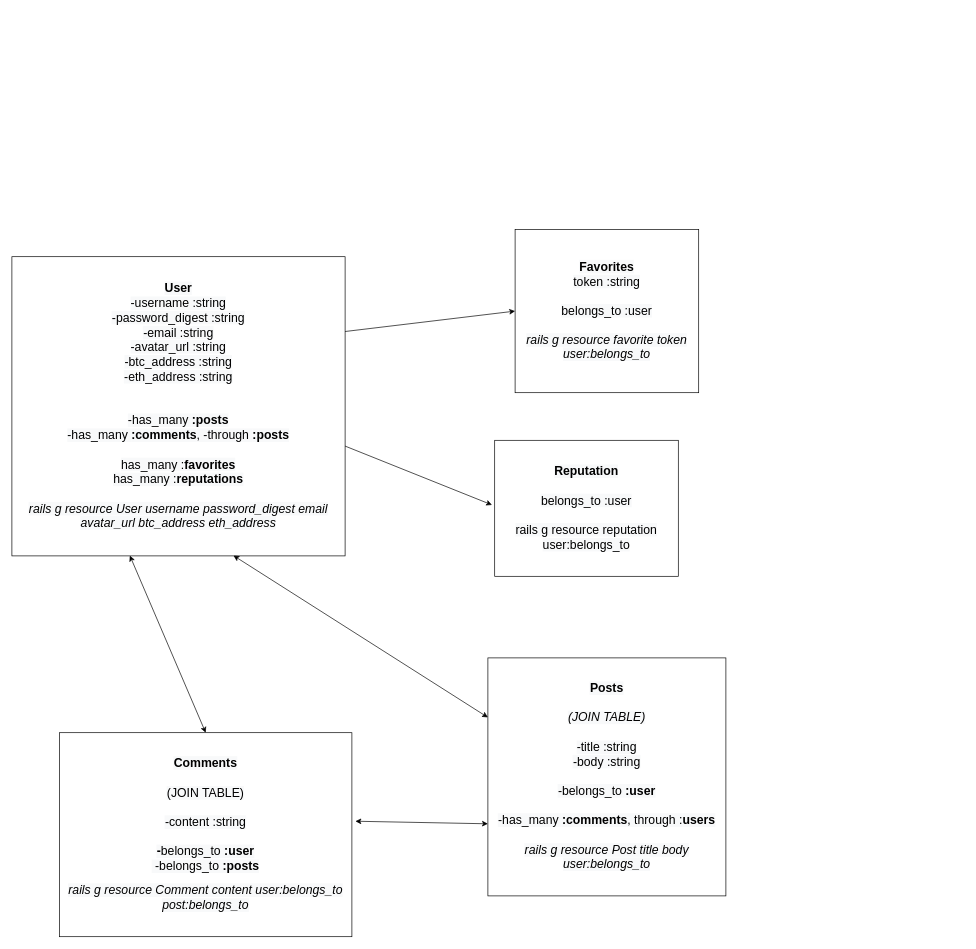
Before: page "Backend - associations" (1 of 2) of association-diagram.drawio in mikestarrdev/Crypto-Portal, a draw.io diagram. Source tidied: cells renumbered, new cells numbered last; positions are measured from the earlier drawing's top-left corner, leaving out a move shared by most shapes. Both pictures are drawn from the tidied source at 68%, with x=0, y=0 at pixel (12, 229).
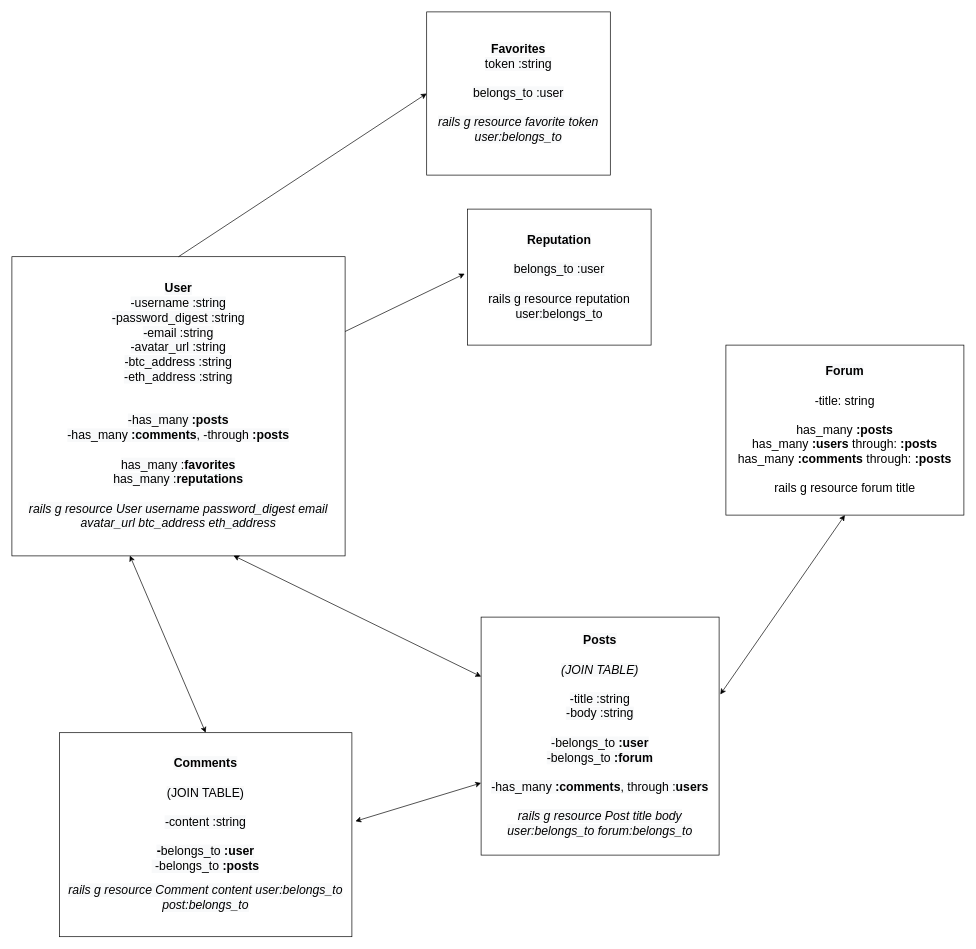
The same page after the edit.

Change to the diagram source:
```diff
@@
 <mxGraphModel>
   <root>
     <mxCell id="0" />
     <mxCell id="1" parent="0" />
     <mxCell id="2" value="&lt;font style=&quot;font-size: 18px&quot;&gt;&lt;b style=&quot;color: rgb(0 , 0 , 0) ; background-color: rgb(248 , 249 , 250)&quot;&gt;User&lt;/b&gt;&lt;br style=&quot;color: rgb(0 , 0 , 0) ; background-color: rgb(248 , 249 , 250)&quot;&gt;&lt;span style=&quot;color: rgb(0 , 0 , 0) ; background-color: rgb(248 , 249 , 250)&quot;&gt;-username :string&lt;/span&gt;&lt;br style=&quot;color: rgb(0 , 0 , 0) ; background-color: rgb(248 , 249 , 250)&quot;&gt;&lt;span style=&quot;color: rgb(0 , 0 , 0) ; background-color: rgb(248 , 249 , 250)&quot;&gt;-password_digest :string&lt;/span&gt;&lt;br style=&quot;color: rgb(0 , 0 , 0) ; background-color: rgb(248 , 249 , 250)&quot;&gt;&lt;span style=&quot;color: rgb(0 , 0 , 0) ; background-color: rgb(248 , 249 , 250)&quot;&gt;-email :string&lt;/span&gt;&lt;br style=&quot;color: rgb(0 , 0 , 0) ; background-color: rgb(248 , 249 , 250)&quot;&gt;&lt;span style=&quot;color: rgb(0 , 0 , 0) ; background-color: rgb(248 , 249 , 250)&quot;&gt;-avatar_url :string&lt;/span&gt;&lt;br style=&quot;color: rgb(0 , 0 , 0) ; background-color: rgb(248 , 249 , 250)&quot;&gt;&lt;span style=&quot;color: rgb(0 , 0 , 0) ; background-color: rgb(248 , 249 , 250)&quot;&gt;-btc_address :string&lt;/span&gt;&lt;br style=&quot;color: rgb(0 , 0 , 0) ; background-color: rgb(248 , 249 , 250)&quot;&gt;&lt;span style=&quot;color: rgb(0 , 0 , 0) ; background-color: rgb(248 , 249 , 250)&quot;&gt;-eth_address :string&lt;/span&gt;&lt;br style=&quot;color: rgb(0 , 0 , 0) ; background-color: rgb(248 , 249 , 250)&quot;&gt;&lt;br style=&quot;color: rgb(0 , 0 , 0) ; background-color: rgb(248 , 249 , 250)&quot;&gt;&lt;br style=&quot;color: rgb(0 , 0 , 0) ; background-color: rgb(248 , 249 , 250)&quot;&gt;&lt;span style=&quot;color: rgb(0 , 0 , 0) ; background-color: rgb(248 , 249 , 250)&quot;&gt;-has_many&amp;nbsp;&lt;/span&gt;&lt;b style=&quot;color: rgb(0 , 0 , 0) ; background-color: rgb(248 , 249 , 250)&quot;&gt;:posts&lt;/b&gt;&lt;br style=&quot;color: rgb(0 , 0 , 0) ; background-color: rgb(248 , 249 , 250)&quot;&gt;&lt;span style=&quot;color: rgb(0 , 0 , 0) ; background-color: rgb(248 , 249 , 250)&quot;&gt;-has_many&amp;nbsp;&lt;/span&gt;&lt;b style=&quot;color: rgb(0 , 0 , 0) ; background-color: rgb(248 , 249 , 250)&quot;&gt;:comments&lt;/b&gt;&lt;span style=&quot;color: rgb(0 , 0 , 0) ; background-color: rgb(248 , 249 , 250)&quot;&gt;, -through&amp;nbsp;&lt;/span&gt;&lt;b style=&quot;color: rgb(0 , 0 , 0) ; background-color: rgb(248 , 249 , 250)&quot;&gt;:posts&lt;/b&gt;&lt;br style=&quot;color: rgb(0 , 0 , 0) ; background-color: rgb(248 , 249 , 250)&quot;&gt;&lt;br style=&quot;color: rgb(0 , 0 , 0) ; background-color: rgb(248 , 249 , 250)&quot;&gt;&lt;span style=&quot;color: rgb(0 , 0 , 0) ; background-color: rgb(248 , 249 , 250)&quot;&gt;has_many :&lt;/span&gt;&lt;b style=&quot;color: rgb(0 , 0 , 0) ; background-color: rgb(248 , 249 , 250)&quot;&gt;favorites&lt;br&gt;&lt;/b&gt;&lt;span style=&quot;color: rgb(0 , 0 , 0) ; background-color: rgb(248 , 249 , 250)&quot;&gt;has_many :&lt;/span&gt;&lt;b style=&quot;color: rgb(0 , 0 , 0) ; background-color: rgb(248 , 249 , 250)&quot;&gt;reputations&lt;/b&gt;&lt;br style=&quot;color: rgb(0 , 0 , 0) ; background-color: rgb(248 , 249 , 250)&quot;&gt;&lt;br style=&quot;color: rgb(0 , 0 , 0) ; background-color: rgb(248 , 249 , 250)&quot;&gt;&lt;i style=&quot;color: rgb(0 , 0 , 0) ; background-color: rgb(248 , 249 , 250)&quot;&gt;rails g resource User username password_digest email avatar_url btc_address eth_address&lt;/i&gt;&lt;br&gt;&lt;/font&gt;" style="rounded=0;whiteSpace=wrap;html=1;" parent="1" vertex="1">
       <mxGeometry y="40" width="490" height="440" as="geometry" />
     </mxCell>
-    <mxCell id="3" value="&lt;font style=&quot;font-size: 18px&quot;&gt;&lt;b style=&quot;color: rgb(0 , 0 , 0) ; background-color: rgb(248 , 249 , 250)&quot;&gt;Posts&lt;br&gt;&lt;/b&gt;&lt;br style=&quot;color: rgb(0 , 0 , 0) ; background-color: rgb(248 , 249 , 250)&quot;&gt;&lt;i style=&quot;color: rgb(0 , 0 , 0) ; background-color: rgb(248 , 249 , 250)&quot;&gt;(JOIN TABLE)&lt;/i&gt;&lt;br style=&quot;color: rgb(0 , 0 , 0) ; background-color: rgb(248 , 249 , 250)&quot;&gt;&lt;br style=&quot;color: rgb(0 , 0 , 0) ; background-color: rgb(248 , 249 , 250)&quot;&gt;&lt;span style=&quot;color: rgb(0 , 0 , 0) ; background-color: rgb(248 , 249 , 250)&quot;&gt;-title :string&lt;/span&gt;&lt;br style=&quot;color: rgb(0 , 0 , 0) ; background-color: rgb(248 , 249 , 250)&quot;&gt;&lt;span style=&quot;color: rgb(0 , 0 , 0) ; background-color: rgb(248 , 249 , 250)&quot;&gt;-body :string&lt;/span&gt;&lt;br style=&quot;color: rgb(0 , 0 , 0) ; background-color: rgb(248 , 249 , 250)&quot;&gt;&lt;br style=&quot;color: rgb(0 , 0 , 0) ; background-color: rgb(248 , 249 , 250)&quot;&gt;&lt;span style=&quot;color: rgb(0 , 0 , 0) ; background-color: rgb(248 , 249 , 250)&quot;&gt;-belongs_to&amp;nbsp;&lt;/span&gt;&lt;b style=&quot;color: rgb(0 , 0 , 0) ; background-color: rgb(248 , 249 , 250)&quot;&gt;:user&lt;/b&gt;&lt;b style=&quot;color: rgb(0 , 0 , 0) ; background-color: rgb(248 , 249 , 250)&quot;&gt;&lt;br&gt;&lt;/b&gt;&lt;br style=&quot;color: rgb(0 , 0 , 0) ; background-color: rgb(248 , 249 , 250)&quot;&gt;&lt;span style=&quot;color: rgb(0 , 0 , 0) ; background-color: rgb(248 , 249 , 250)&quot;&gt;-has_many&amp;nbsp;&lt;/span&gt;&lt;b style=&quot;color: rgb(0 , 0 , 0) ; background-color: rgb(248 , 249 , 250)&quot;&gt;:comments&lt;/b&gt;&lt;span style=&quot;color: rgb(0 , 0 , 0) ; background-color: rgb(248 , 249 , 250)&quot;&gt;, through :&lt;/span&gt;&lt;b style=&quot;color: rgb(0 , 0 , 0) ; background-color: rgb(248 , 249 , 250)&quot;&gt;users&lt;/b&gt;&lt;b style=&quot;color: rgb(0 , 0 , 0) ; background-color: rgb(248 , 249 , 250)&quot;&gt;&lt;br&gt;&lt;/b&gt;&lt;br style=&quot;color: rgb(0 , 0 , 0) ; background-color: rgb(248 , 249 , 250)&quot;&gt;&lt;i style=&quot;color: rgb(0 , 0 , 0) ; background-color: rgb(248 , 249 , 250)&quot;&gt;rails g resource Post title body user:belongs_to&lt;/i&gt;&lt;br&gt;&lt;/font&gt;" style="rounded=0;whiteSpace=wrap;html=1;" parent="1" vertex="1">
-      <mxGeometry x="700" y="630" width="350" height="350" as="geometry" />
+    <mxCell id="3" value="&lt;font style=&quot;font-size: 18px&quot;&gt;&lt;b style=&quot;color: rgb(0 , 0 , 0) ; background-color: rgb(248 , 249 , 250)&quot;&gt;Posts&lt;br&gt;&lt;/b&gt;&lt;br style=&quot;color: rgb(0 , 0 , 0) ; background-color: rgb(248 , 249 , 250)&quot;&gt;&lt;i style=&quot;color: rgb(0 , 0 , 0) ; background-color: rgb(248 , 249 , 250)&quot;&gt;(JOIN TABLE)&lt;/i&gt;&lt;br style=&quot;color: rgb(0 , 0 , 0) ; background-color: rgb(248 , 249 , 250)&quot;&gt;&lt;br style=&quot;color: rgb(0 , 0 , 0) ; background-color: rgb(248 , 249 , 250)&quot;&gt;&lt;span style=&quot;color: rgb(0 , 0 , 0) ; background-color: rgb(248 , 249 , 250)&quot;&gt;-title :string&lt;/span&gt;&lt;br style=&quot;color: rgb(0 , 0 , 0) ; background-color: rgb(248 , 249 , 250)&quot;&gt;&lt;span style=&quot;color: rgb(0 , 0 , 0) ; background-color: rgb(248 , 249 , 250)&quot;&gt;-body :string&lt;/span&gt;&lt;br style=&quot;color: rgb(0 , 0 , 0) ; background-color: rgb(248 , 249 , 250)&quot;&gt;&lt;br style=&quot;color: rgb(0 , 0 , 0) ; background-color: rgb(248 , 249 , 250)&quot;&gt;&lt;span style=&quot;color: rgb(0 , 0 , 0) ; background-color: rgb(248 , 249 , 250)&quot;&gt;-belongs_to&amp;nbsp;&lt;/span&gt;&lt;span style=&quot;color: rgb(0 , 0 , 0) ; background-color: rgb(248 , 249 , 250)&quot;&gt;&lt;b&gt;:user&lt;/b&gt;&lt;br&gt;-belongs_to&lt;/span&gt;&lt;b style=&quot;color: rgb(0 , 0 , 0) ; background-color: rgb(248 , 249 , 250)&quot;&gt; :forum&lt;br&gt;&lt;/b&gt;&lt;br style=&quot;color: rgb(0 , 0 , 0) ; background-color: rgb(248 , 249 , 250)&quot;&gt;&lt;span style=&quot;color: rgb(0 , 0 , 0) ; background-color: rgb(248 , 249 , 250)&quot;&gt;-has_many&amp;nbsp;&lt;/span&gt;&lt;b style=&quot;color: rgb(0 , 0 , 0) ; background-color: rgb(248 , 249 , 250)&quot;&gt;:comments&lt;/b&gt;&lt;span style=&quot;color: rgb(0 , 0 , 0) ; background-color: rgb(248 , 249 , 250)&quot;&gt;, through :&lt;/span&gt;&lt;b style=&quot;color: rgb(0 , 0 , 0) ; background-color: rgb(248 , 249 , 250)&quot;&gt;users&lt;/b&gt;&lt;b style=&quot;color: rgb(0 , 0 , 0) ; background-color: rgb(248 , 249 , 250)&quot;&gt;&lt;br&gt;&lt;/b&gt;&lt;br style=&quot;color: rgb(0 , 0 , 0) ; background-color: rgb(248 , 249 , 250)&quot;&gt;&lt;i style=&quot;color: rgb(0 , 0 , 0) ; background-color: rgb(248 , 249 , 250)&quot;&gt;rails g resource Post title body user:belongs_to forum:belongs_to&lt;/i&gt;&lt;br&gt;&lt;/font&gt;" style="rounded=0;whiteSpace=wrap;html=1;" parent="1" vertex="1">
+      <mxGeometry x="690" y="570" width="350" height="350" as="geometry" />
     </mxCell>
     <mxCell id="4" value="&lt;font&gt;&lt;font style=&quot;color: rgb(0 , 0 , 0) ; font-size: 18px ; background-color: rgb(248 , 249 , 250)&quot;&gt;&lt;b&gt;Comments&lt;/b&gt;&lt;b&gt;&lt;br&gt;&lt;/b&gt;&lt;br&gt;(JOIN TABLE)&lt;br&gt;&lt;br&gt;-content :string&lt;br&gt;&lt;br&gt;&lt;b&gt;-&lt;/b&gt;belongs_to&amp;nbsp;&lt;b&gt;:user&lt;/b&gt;&lt;br&gt;&lt;b&gt;&amp;nbsp;&lt;/b&gt;-belongs_to&amp;nbsp;&lt;b&gt;:posts&lt;br&gt;&lt;/b&gt;&lt;/font&gt;&lt;br style=&quot;color: rgb(0 , 0 , 0) ; font-size: 18px ; background-color: rgb(248 , 249 , 250)&quot;&gt;&lt;i style=&quot;color: rgb(0 , 0 , 0) ; font-size: 18px ; background-color: rgb(248 , 249 , 250)&quot;&gt;rails g resource Comment content user:belongs_to post:belongs_to&lt;/i&gt;&lt;br&gt;&lt;/font&gt;" style="rounded=0;whiteSpace=wrap;html=1;" parent="1" vertex="1">
       <mxGeometry x="70" y="740" width="430" height="300" as="geometry" />
     </mxCell>
     <mxCell id="5" style="endArrow=classic;startArrow=classic;html=1;rounded=0;fontSize=18;entryX=0.665;entryY=0.999;entryDx=0;entryDy=0;exitX=0;exitY=0.25;exitDx=0;exitDy=0;entryPerimeter=0;" parent="1" edge="1" source="3" target="2">
       <mxGeometry relative="1" as="geometry" />
     </mxCell>
     <mxCell id="6" style="endArrow=classic;startArrow=classic;html=1;rounded=0;fontSize=18;entryX=0;entryY=0.697;entryDx=0;entryDy=0;entryPerimeter=0;exitX=1.012;exitY=0.434;exitDx=0;exitDy=0;exitPerimeter=0;" parent="1" edge="1" source="4" target="3">
       <mxGeometry relative="1" as="geometry" />
     </mxCell>
     <mxCell id="7" style="endArrow=classic;startArrow=classic;html=1;rounded=0;fontSize=18;exitX=0.5;exitY=0;exitDx=0;exitDy=0;entryX=0.354;entryY=0.999;entryDx=0;entryDy=0;entryPerimeter=0;" parent="1" edge="1" source="4" target="2">
       <mxGeometry relative="1" as="geometry" />
     </mxCell>
     <mxCell id="8" value="&lt;font style=&quot;font-size: 18px&quot;&gt;&lt;b style=&quot;color: rgb(0 , 0 , 0) ; background-color: rgb(248 , 249 , 250)&quot;&gt;Favorites&lt;/b&gt;&lt;br style=&quot;color: rgb(0 , 0 , 0) ; background-color: rgb(248 , 249 , 250)&quot;&gt;&lt;span style=&quot;color: rgb(0 , 0 , 0) ; background-color: rgb(248 , 249 , 250)&quot;&gt;token :string&lt;/span&gt;&lt;br style=&quot;color: rgb(0 , 0 , 0) ; background-color: rgb(248 , 249 , 250)&quot;&gt;&lt;br style=&quot;color: rgb(0 , 0 , 0) ; background-color: rgb(248 , 249 , 250)&quot;&gt;&lt;span style=&quot;color: rgb(0 , 0 , 0) ; background-color: rgb(248 , 249 , 250)&quot;&gt;belongs_to :user&lt;/span&gt;&lt;br style=&quot;color: rgb(0 , 0 , 0) ; background-color: rgb(248 , 249 , 250)&quot;&gt;&lt;br style=&quot;color: rgb(0 , 0 , 0) ; background-color: rgb(248 , 249 , 250)&quot;&gt;&lt;i style=&quot;color: rgb(0 , 0 , 0) ; background-color: rgb(248 , 249 , 250)&quot;&gt;rails g resource favorite token user:belongs_to&lt;/i&gt;&lt;br&gt;&lt;/font&gt;" style="rounded=0;whiteSpace=wrap;html=1;" parent="1" vertex="1">
-      <mxGeometry x="740" width="270" height="240" as="geometry" />
+      <mxGeometry x="610" y="-320" width="270" height="240" as="geometry" />
     </mxCell>
-    <mxCell id="9" style="endArrow=classic;html=1;rounded=0;fontSize=18;exitX=1;exitY=0.25;exitDx=0;exitDy=0;entryX=0;entryY=0.5;entryDx=0;entryDy=0;" parent="1" edge="1" source="2" target="8">
+    <mxCell id="9" style="endArrow=classic;html=1;rounded=0;fontSize=18;exitX=0.5;exitY=0;exitDx=0;exitDy=0;entryX=0;entryY=0.5;entryDx=0;entryDy=0;" parent="1" edge="1" source="2" target="8">
       <mxGeometry relative="1" as="geometry" />
     </mxCell>
     <mxCell id="10" value="&lt;font style=&quot;font-size: 18px&quot;&gt;&lt;b style=&quot;color: rgb(0 , 0 , 0) ; background-color: rgb(248 , 249 , 250)&quot;&gt;Reputation&lt;br&gt;&lt;/b&gt;&lt;br style=&quot;color: rgb(0 , 0 , 0) ; background-color: rgb(248 , 249 , 250)&quot;&gt;&lt;span style=&quot;color: rgb(0 , 0 , 0) ; background-color: rgb(248 , 249 , 250)&quot;&gt;belongs_to :user&lt;/span&gt;&lt;br style=&quot;color: rgb(0 , 0 , 0) ; background-color: rgb(248 , 249 , 250)&quot;&gt;&lt;br style=&quot;color: rgb(0 , 0 , 0) ; background-color: rgb(248 , 249 , 250)&quot;&gt;&lt;span style=&quot;color: rgb(0 , 0 , 0) ; background-color: rgb(248 , 249 , 250)&quot;&gt;rails g resource reputation user:belongs_to&lt;/span&gt;&lt;br&gt;&lt;/font&gt;" style="rounded=0;whiteSpace=wrap;html=1;" parent="1" vertex="1">
-      <mxGeometry x="710" y="310" width="270" height="200" as="geometry" />
+      <mxGeometry x="670" y="-30" width="270" height="200" as="geometry" />
     </mxCell>
-    <mxCell id="11" style="endArrow=classic;html=1;rounded=0;fontSize=18;entryX=-0.015;entryY=0.475;entryDx=0;entryDy=0;entryPerimeter=0;exitX=1;exitY=0.633;exitDx=0;exitDy=0;exitPerimeter=0;" parent="1" edge="1" source="2" target="10">
+    <mxCell id="11" style="endArrow=classic;html=1;rounded=0;fontSize=18;entryX=-0.015;entryY=0.475;entryDx=0;entryDy=0;entryPerimeter=0;exitX=1;exitY=0.25;exitDx=0;exitDy=0;" parent="1" edge="1" source="2" target="10">
       <mxGeometry relative="1" as="geometry" />
     </mxCell>
+    <mxCell id="12" value="&lt;font style=&quot;font-size: 18px&quot;&gt;&lt;font color=&quot;#000000&quot;&gt;&lt;span style=&quot;background-color: rgb(248 , 249 , 250)&quot;&gt;&lt;b&gt;Forum&lt;br&gt;&lt;/b&gt;&lt;/span&gt;&lt;/font&gt;&lt;br&gt;-title: string&lt;br&gt;&lt;br&gt;has_many &lt;b&gt;:posts&lt;br&gt;&lt;/b&gt;has_many &lt;b&gt;:users &lt;/b&gt;through:&lt;b&gt; :posts&lt;br&gt;&lt;/b&gt;has_many &lt;b&gt;:comments&lt;/b&gt;&amp;nbsp;through:&amp;nbsp;&lt;b&gt;:posts&lt;br&gt;&lt;/b&gt;&lt;br&gt;rails g resource forum title&lt;br&gt;&lt;/font&gt;" style="rounded=0;whiteSpace=wrap;html=1;" parent="1" vertex="1">
+      <mxGeometry x="1050" y="170" width="350" height="250" as="geometry" />
+    </mxCell>
+    <mxCell id="13" style="endArrow=classic;startArrow=classic;html=1;rounded=0;fontSize=18;entryX=1.005;entryY=0.325;entryDx=0;entryDy=0;exitX=0.5;exitY=1;exitDx=0;exitDy=0;entryPerimeter=0;" parent="1" edge="1" source="12" target="3">
+      <mxGeometry relative="1" as="geometry" />
+    </mxCell>
   </root>
 </mxGraphModel>
```
